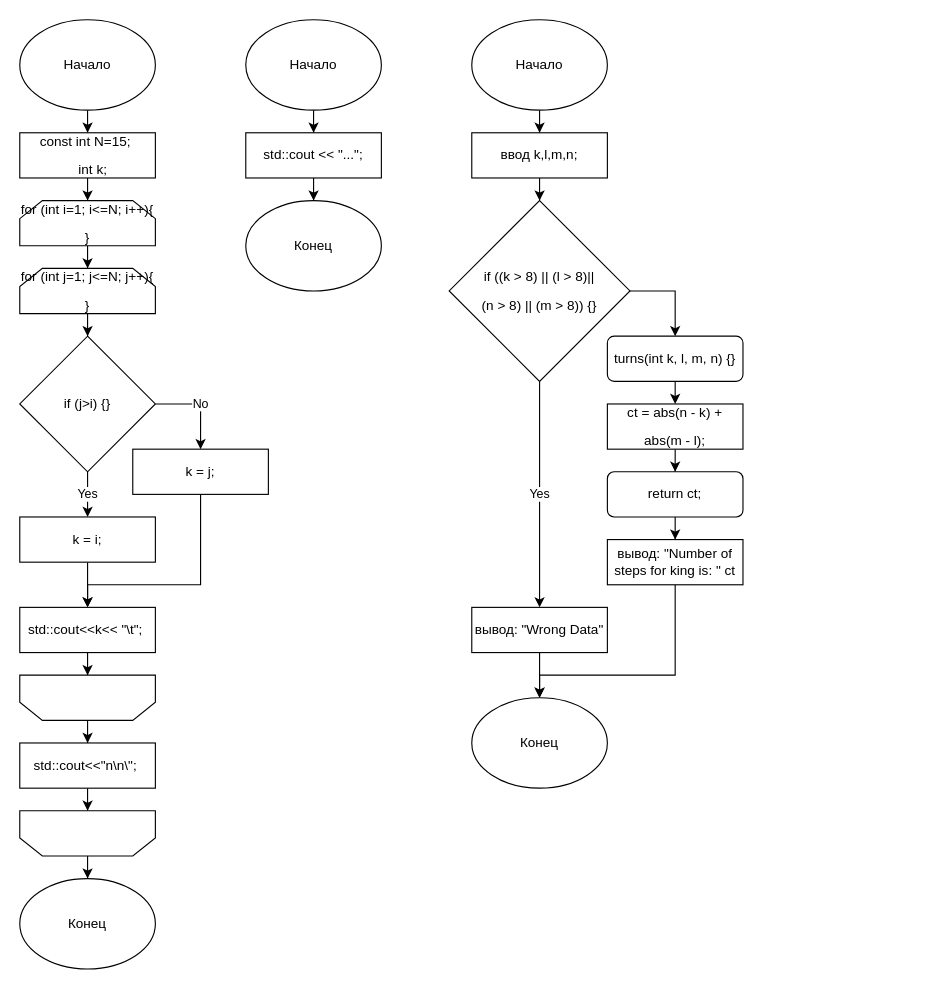
Above: programes.drawio in tacticalowlman/exmo (draw.io), before the change. Source tidied: cells renumbered, new cells numbered last; positions are measured from the earlier drawing's top-left corner, leaving out a move shared by most shapes. Both pictures are drawn from the tidied source at 113%, with x=0, y=0 at pixel (19, 19).
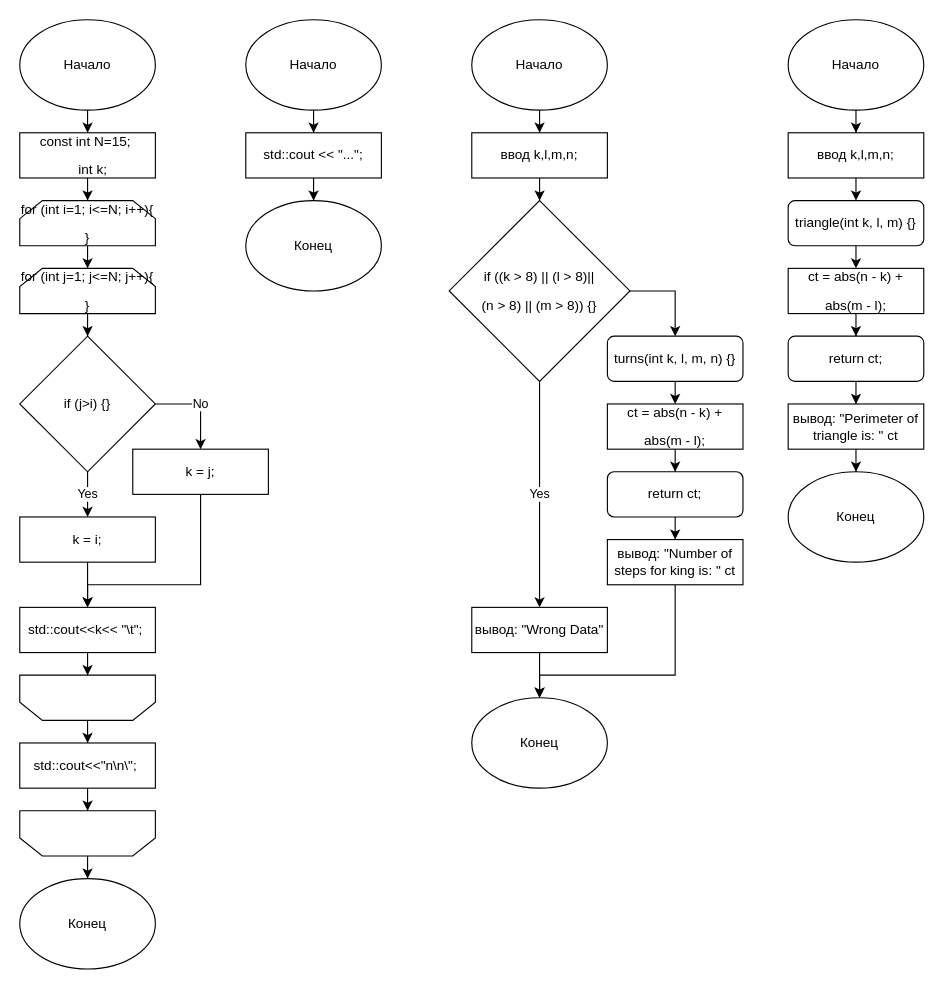
The same diagram, later.

The edit, as a diff of the source:
```diff
@@
+    <mxCell id="49" style="edgeStyle=orthogonalEdgeStyle;rounded=0;jettySize=auto;html=1;" parent="1" edge="1" source="50" target="52">
+      <mxGeometry relative="1" as="geometry" />
+    </mxCell>
+    <mxCell id="50" value="Начало" style="ellipse;whiteSpace=wrap;html=1;" parent="1" vertex="1">
+      <mxGeometry x="680" width="120" height="80" as="geometry" />
+    </mxCell>
+    <mxCell id="51" style="edgeStyle=orthogonalEdgeStyle;rounded=0;jettySize=auto;html=1;" parent="1" edge="1" source="52">
+      <mxGeometry relative="1" as="geometry">
+        <mxPoint x="740" y="160" as="targetPoint" />
+      </mxGeometry>
+    </mxCell>
+    <mxCell id="52" value="ввод k,l,m,n;" style="rounded=0;whiteSpace=wrap;html=1;" parent="1" vertex="1">
+      <mxGeometry x="680" y="100" width="120" height="40" as="geometry" />
+    </mxCell>
+    <mxCell id="53" style="edgeStyle=orthogonalEdgeStyle;rounded=0;jettySize=auto;html=1;" parent="1" edge="1" source="54" target="60">
+      <mxGeometry relative="1" as="geometry" />
+    </mxCell>
+    <mxCell id="54" value="&lt;div&gt;&lt;span style=&quot;font-style: normal ; line-height: 24.8208px ; font-family: &amp;#34;calibri&amp;#34; , &amp;#34;calibri_embeddedfont&amp;#34; , &amp;#34;calibri_msfontservice&amp;#34; , sans-serif ; font-weight: normal&quot; class=&quot;TextRun  BCX2 SCXW75789815&quot; lang=&quot;RU-RU&quot;&gt;&lt;span class=&quot;NormalTextRun  BCX2 SCXW75789815&quot;&gt; &lt;/span&gt;&lt;span class=&quot;SpellingError  BCX2 SCXW75789815&quot;&gt;ct&lt;/span&gt;&lt;span class=&quot;NormalTextRun  BCX2 SCXW75789815&quot;&gt; = &lt;/span&gt;&lt;span class=&quot;SpellingError  BCX2 SCXW75789815&quot;&gt;abs&lt;/span&gt;&lt;span class=&quot;NormalTextRun  BCX2 SCXW75789815&quot;&gt;(n - k) + &lt;/span&gt;&lt;span class=&quot;SpellingError  BCX2 SCXW75789815&quot;&gt;&lt;br&gt;&lt;/span&gt;&lt;/span&gt;&lt;/div&gt;&lt;div&gt;&lt;span style=&quot;font-style: normal ; line-height: 24.8208px ; font-family: &amp;#34;calibri&amp;#34; , &amp;#34;calibri_embeddedfont&amp;#34; , &amp;#34;calibri_msfontservice&amp;#34; , sans-serif ; font-weight: normal&quot; class=&quot;TextRun  BCX2 SCXW75789815&quot; lang=&quot;RU-RU&quot;&gt;&lt;span class=&quot;SpellingError  BCX2 SCXW75789815&quot;&gt;abs&lt;/span&gt;&lt;span class=&quot;NormalTextRun  BCX2 SCXW75789815&quot;&gt;(m - l);&lt;/span&gt;&lt;/span&gt;&lt;/div&gt;" style="rounded=0;whiteSpace=wrap;html=1;" parent="1" vertex="1">
+      <mxGeometry x="680" y="220" width="120" height="40" as="geometry" />
+    </mxCell>
+    <mxCell id="55" style="edgeStyle=orthogonalEdgeStyle;rounded=0;jettySize=auto;html=1;" parent="1" edge="1" source="56" target="57">
+      <mxGeometry relative="1" as="geometry" />
+    </mxCell>
+    <mxCell id="56" value="вывод: &quot;Perimeter of triangle is: &quot; ct" style="rounded=0;whiteSpace=wrap;html=1;" parent="1" vertex="1">
+      <mxGeometry x="680" y="340" width="120" height="40" as="geometry" />
+    </mxCell>
+    <mxCell id="57" value="Конец" style="ellipse;whiteSpace=wrap;html=1;" parent="1" vertex="1">
+      <mxGeometry x="680" y="400" width="120" height="80" as="geometry" />
+    </mxCell>
+    <mxCell id="58" value="triangle(int k, l, m) {}" style="rounded=1;whiteSpace=wrap;html=1;" parent="1" vertex="1">
+      <mxGeometry x="680" y="160" width="120" height="40" as="geometry" />
+    </mxCell>
+    <mxCell id="59" style="edgeStyle=orthogonalEdgeStyle;rounded=0;jettySize=auto;html=1;" parent="1" edge="1" source="60" target="56">
+      <mxGeometry relative="1" as="geometry" />
+    </mxCell>
+    <mxCell id="60" value="return ct;" style="rounded=1;whiteSpace=wrap;html=1;" parent="1" vertex="1">
+      <mxGeometry x="680" y="280" width="120" height="40" as="geometry" />
+    </mxCell>
+    <mxCell id="61" style="endArrow=classic;html=1;exitX=0.5;exitY=1;exitDx=0;exitDy=0;entryX=0.5;entryY=0;entryDx=0;entryDy=0;" parent="1" edge="1" source="58" target="54">
+      <mxGeometry relative="1" as="geometry" />
+    </mxCell>
```
